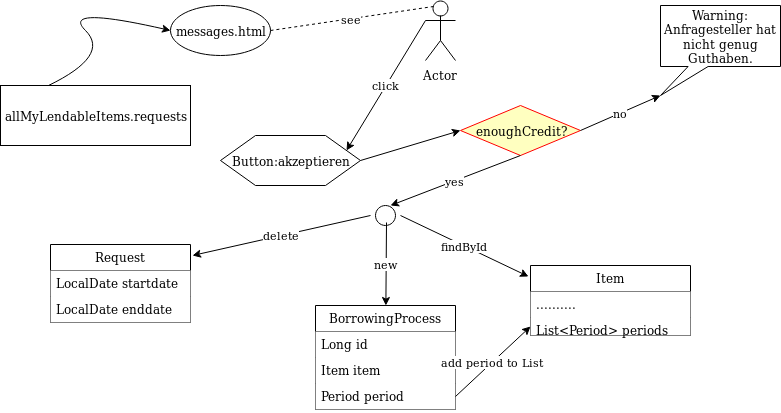
This is Diagram/acceptRequest.png from Jukre111/Propra-im-Team, a draw.io export, as it was before one commit. Source tidied: cells renumbered, new cells last; positions are measured from the earlier drawing's top-left corner, leaving out a move shared by most shapes.
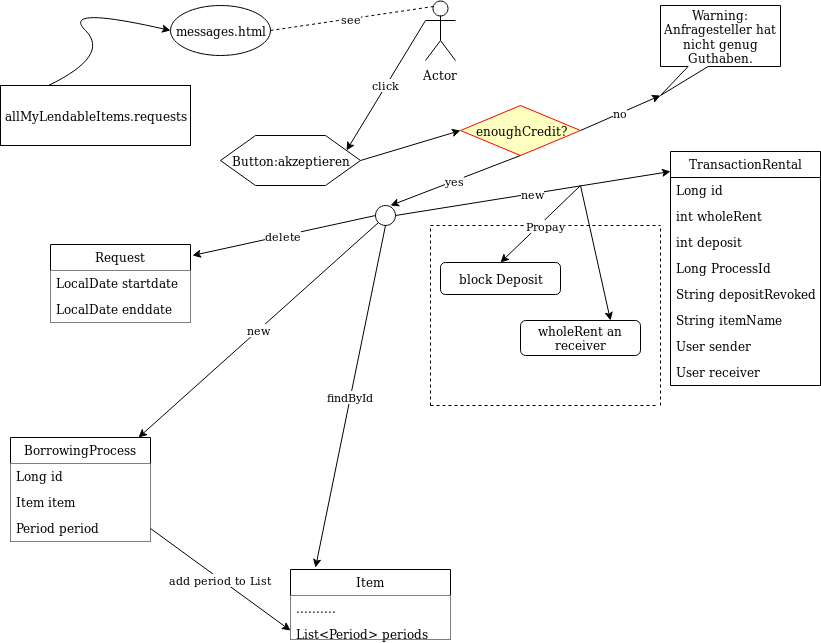
After the commit.

What changed in the source:
```diff
@@ -38,7 +38,7 @@
       <mxGeometry x="375" y="205" width="20" height="20" as="geometry" />
     </mxCell>
     <mxCell id="13" value="BorrowingProcess" style="swimlane;fontStyle=0;horizontal=1;startSize=26;fillColor=#ffffff;strokeColor=#000000;" parent="1" vertex="1">
-      <mxGeometry x="315" y="305" width="140" height="104" as="geometry" />
+      <mxGeometry x="10" y="437" width="140" height="104" as="geometry" />
     </mxCell>
     <mxCell id="14" value="Long id" style="text;strokeColor=none;fillColor=#ffffff;align=left;verticalAlign=top;spacingLeft=4;spacingRight=4;overflow=hidden;" parent="13" vertex="1">
       <mxGeometry y="26" width="140" height="26" as="geometry" />
@@ -49,13 +49,11 @@
     <mxCell id="16" value="Period period" style="text;strokeColor=none;fillColor=#ffffff;align=left;verticalAlign=top;spacingLeft=4;spacingRight=4;overflow=hidden;points=[[0,0.5],[1,0.5]];portConstraint=eastwest;" parent="13" vertex="1">
       <mxGeometry y="78" width="140" height="26" as="geometry" />
     </mxCell>
-    <mxCell id="17" value="new" style="endArrow=classic;html=1;" parent="1" edge="1" target="13">
-      <mxGeometry relative="1" as="geometry">
-        <mxPoint x="386" y="222" as="sourcePoint" />
-      </mxGeometry>
+    <mxCell id="17" value="new" style="endArrow=classic;html=1;exitX=0;exitY=1;exitDx=0;exitDy=0;" parent="1" edge="1" source="12" target="13">
+      <mxGeometry relative="1" as="geometry" />
     </mxCell>
     <mxCell id="18" value="Item" style="swimlane;fontStyle=0;horizontal=1;startSize=26;fillColor=#ffffff;" parent="1" vertex="1">
-      <mxGeometry x="530" y="265" width="160" height="70" as="geometry" />
+      <mxGeometry x="290" y="569" width="160" height="70" as="geometry" />
     </mxCell>
     <mxCell id="19" value=".........." style="text;strokeColor=none;fillColor=#ffffff;align=left;verticalAlign=top;spacingLeft=4;spacingRight=4;overflow=hidden;" parent="18" vertex="1">
       <mxGeometry y="26" width="160" height="26" as="geometry" />
@@ -63,10 +61,8 @@
     <mxCell id="20" value="List&lt;Period&gt; periods" style="text;strokeColor=none;fillColor=#ffffff;align=left;verticalAlign=top;spacingLeft=4;spacingRight=4;overflow=hidden;points=[[0,0.5],[1,0.5]];portConstraint=eastwest;" parent="18" vertex="1">
       <mxGeometry y="52" width="160" height="18" as="geometry" />
     </mxCell>
-    <mxCell id="21" value="findById" style="endArrow=classic;html=1;entryX=-0.012;entryY=0.154;entryDx=0;entryDy=0;entryPerimeter=0;" parent="1" edge="1" target="18">
-      <mxGeometry relative="1" as="geometry">
-        <mxPoint x="400" y="215" as="sourcePoint" />
-      </mxGeometry>
+    <mxCell id="21" value="findById" style="endArrow=classic;html=1;entryX=0.156;entryY=-0.029;entryDx=0;entryDy=0;entryPerimeter=0;exitX=0.5;exitY=1;exitDx=0;exitDy=0;" parent="1" edge="1" source="12" target="18">
+      <mxGeometry relative="1" as="geometry" />
     </mxCell>
     <mxCell id="22" value="add period to List" style="endArrow=classic;html=1;entryX=0;entryY=0.5;entryDx=0;entryDy=0;exitX=1;exitY=0.5;exitDx=0;exitDy=0;" parent="1" edge="1" source="16" target="20">
       <mxGeometry relative="1" as="geometry" />
@@ -80,10 +76,8 @@
     <mxCell id="25" value="LocalDate enddate" style="text;strokeColor=none;fillColor=#ffffff;align=left;verticalAlign=top;spacingLeft=4;spacingRight=4;overflow=hidden;" parent="23" vertex="1">
       <mxGeometry y="52" width="140" height="26" as="geometry" />
     </mxCell>
-    <mxCell id="26" value="delete" style="endArrow=classic;html=1;entryX=1.014;entryY=0.141;entryDx=0;entryDy=0;entryPerimeter=0;" parent="1" edge="1" target="23">
-      <mxGeometry relative="1" as="geometry">
-        <mxPoint x="370" y="215" as="sourcePoint" />
-      </mxGeometry>
+    <mxCell id="26" value="delete" style="endArrow=classic;html=1;entryX=1.014;entryY=0.141;entryDx=0;entryDy=0;entryPerimeter=0;exitX=0;exitY=0.5;exitDx=0;exitDy=0;" parent="1" edge="1" source="12" target="23">
+      <mxGeometry relative="1" as="geometry" />
     </mxCell>
     <mxCell id="27" value="allMyLendableItems.requests" style="rounded=0;whiteSpace=wrap;html=1;fillColor=#FFFFFF;" parent="1" vertex="1">
       <mxGeometry y="85" width="190" height="60" as="geometry" />
@@ -96,5 +90,75 @@
         </Array>
       </mxGeometry>
     </mxCell>
+    <mxCell id="29" value="TransactionRental" style="swimlane;fontStyle=0;horizontal=1;startSize=26;fillColor=none;" parent="1" vertex="1">
+      <mxGeometry x="670" y="151" width="150" height="234" as="geometry" />
+    </mxCell>
+    <mxCell id="30" value="Long id" style="text;strokeColor=none;fillColor=none;align=left;verticalAlign=top;spacingLeft=4;spacingRight=4;overflow=hidden;" parent="29" vertex="1">
+      <mxGeometry y="26" width="150" height="26" as="geometry" />
+    </mxCell>
+    <mxCell id="31" value="int wholeRent" style="text;strokeColor=none;fillColor=none;align=left;verticalAlign=top;spacingLeft=4;spacingRight=4;overflow=hidden;" parent="29" vertex="1">
+      <mxGeometry y="52" width="150" height="26" as="geometry" />
+    </mxCell>
+    <mxCell id="32" value="int deposit" style="text;strokeColor=none;fillColor=none;align=left;verticalAlign=top;spacingLeft=4;spacingRight=4;overflow=hidden;" parent="29" vertex="1">
+      <mxGeometry y="78" width="150" height="26" as="geometry" />
+    </mxCell>
+    <mxCell id="33" value="Long ProcessId" style="text;strokeColor=none;fillColor=none;align=left;verticalAlign=top;spacingLeft=4;spacingRight=4;overflow=hidden;" parent="29" vertex="1">
+      <mxGeometry y="104" width="150" height="26" as="geometry" />
+    </mxCell>
+    <mxCell id="34" value="String depositRevoked" style="text;strokeColor=none;fillColor=none;align=left;verticalAlign=top;spacingLeft=4;spacingRight=4;overflow=hidden;" parent="29" vertex="1">
+      <mxGeometry y="130" width="150" height="26" as="geometry" />
+    </mxCell>
+    <mxCell id="35" value="String itemName" style="text;strokeColor=none;fillColor=none;align=left;verticalAlign=top;spacingLeft=4;spacingRight=4;overflow=hidden;" parent="29" vertex="1">
+      <mxGeometry y="156" width="150" height="26" as="geometry" />
+    </mxCell>
+    <mxCell id="36" value="User sender" style="text;strokeColor=none;fillColor=none;align=left;verticalAlign=top;spacingLeft=4;spacingRight=4;overflow=hidden;" parent="29" vertex="1">
+      <mxGeometry y="182" width="150" height="26" as="geometry" />
+    </mxCell>
+    <mxCell id="37" value="User receiver" style="text;strokeColor=none;fillColor=none;align=left;verticalAlign=top;spacingLeft=4;spacingRight=4;overflow=hidden;" parent="29" vertex="1">
+      <mxGeometry y="208" width="150" height="26" as="geometry" />
+    </mxCell>
+    <mxCell id="38" value="new" style="endArrow=classic;html=1;exitX=1;exitY=0.5;exitDx=0;exitDy=0;entryX=0;entryY=0.085;entryDx=0;entryDy=0;entryPerimeter=0;" parent="1" edge="1" source="12" target="29">
+      <mxGeometry relative="1" as="geometry" />
+    </mxCell>
+    <mxCell id="39" style="endArrow=classic;html=1;entryX=0.5;entryY=0;entryDx=0;entryDy=0;" parent="1" edge="1" target="40">
+      <mxGeometry relative="1" as="geometry">
+        <mxPoint x="580" y="185" as="sourcePoint" />
+      </mxGeometry>
+    </mxCell>
+    <mxCell id="40" value="block Deposit" style="rounded=1;whiteSpace=wrap;html=1;" parent="1" vertex="1">
+      <mxGeometry x="440" y="262" width="120" height="32" as="geometry" />
+    </mxCell>
+    <mxCell id="41" value="wholeRent an receiver" style="rounded=1;whiteSpace=wrap;html=1;" parent="1" vertex="1">
+      <mxGeometry x="520" y="320" width="120" height="35" as="geometry" />
+    </mxCell>
+    <mxCell id="42" style="endArrow=classic;html=1;entryX=0.75;entryY=0;entryDx=0;entryDy=0;" parent="1" edge="1" target="41">
+      <mxGeometry relative="1" as="geometry">
+        <mxPoint x="580" y="185" as="sourcePoint" />
+      </mxGeometry>
+    </mxCell>
+    <mxCell id="43" value="Propay" style="endArrow=none;dashed=1;html=1;" parent="1" edge="1">
+      <mxGeometry relative="1" as="geometry">
+        <mxPoint x="430" y="225" as="sourcePoint" />
+        <mxPoint x="660" y="225" as="targetPoint" />
+      </mxGeometry>
+    </mxCell>
+    <mxCell id="44" style="endArrow=none;dashed=1;html=1;" parent="1" edge="1">
+      <mxGeometry relative="1" as="geometry">
+        <mxPoint x="430" y="405" as="sourcePoint" />
+        <mxPoint x="430" y="225" as="targetPoint" />
+      </mxGeometry>
+    </mxCell>
+    <mxCell id="45" style="endArrow=none;dashed=1;html=1;" parent="1" edge="1">
+      <mxGeometry relative="1" as="geometry">
+        <mxPoint x="430" y="405" as="sourcePoint" />
+        <mxPoint x="655" y="405" as="targetPoint" />
+      </mxGeometry>
+    </mxCell>
+    <mxCell id="46" style="endArrow=none;dashed=1;html=1;" parent="1" edge="1">
+      <mxGeometry relative="1" as="geometry">
+        <mxPoint x="660" y="405" as="sourcePoint" />
+        <mxPoint x="660" y="225" as="targetPoint" />
+      </mxGeometry>
+    </mxCell>
   </root>
 </mxGraphModel>
```
